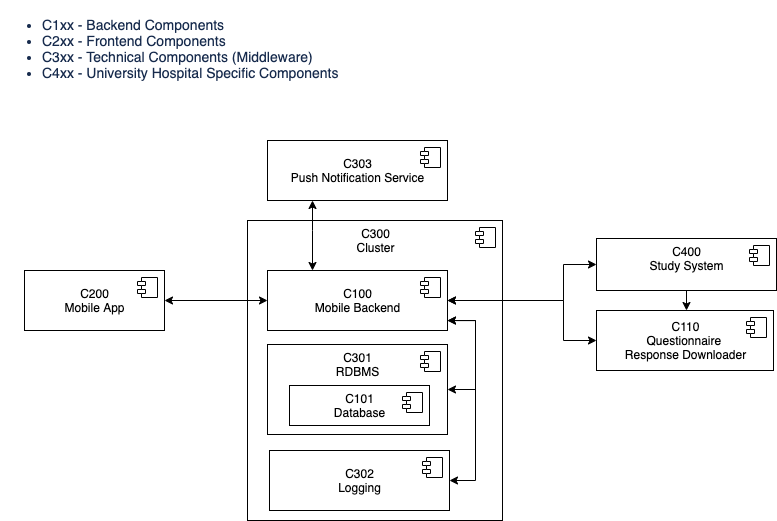
This is docs/architecture/images/componentDiagram.png from NUMde/compass-numapp, a draw.io export, as it was before one commit. Source tidied: cells renumbered, new cells last; positions are measured from the earlier drawing's top-left corner, leaving out a move shared by most shapes.
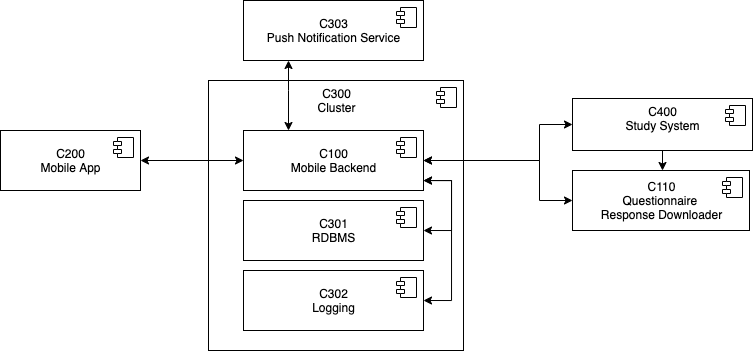
Above is the later version.

Commit message:
Updated component model and cleaned database component

The edit, as a diff of the source:
```diff
@@ -2,33 +2,22 @@
   <root>
     <mxCell id="0" />
     <mxCell id="1" parent="0" />
-    <mxCell id="2" value="&lt;ul style=&quot;margin: 10px 0px 0px ; list-style-type: disc ; color: rgb(23 , 43 , 77) ; font-size: 14px ; font-style: normal ; font-weight: 400 ; letter-spacing: normal ; text-indent: 0px ; text-transform: none ; word-spacing: 0px ; background-color: rgb(255 , 255 , 255)&quot;&gt;&lt;li&gt;C1xx - Backend Components&lt;/li&gt;&lt;li&gt;C2xx - Frontend Components&lt;/li&gt;&lt;li&gt;C3xx - Technical Components (Middleware)&lt;/li&gt;&lt;li&gt;C4xx - University Hospital Specific Components&lt;/li&gt;&lt;/ul&gt;" style="text;whiteSpace=wrap;html=1;" parent="1" vertex="1">
-      <mxGeometry width="400" height="80" as="geometry" />
-    </mxCell>
     <mxCell id="3" value="C300&lt;br&gt;Cluster" style="html=1;verticalAlign=top;" parent="1" vertex="1">
-      <mxGeometry x="247" y="220" width="255" height="300" as="geometry" />
+      <mxGeometry x="232" y="220" width="255" height="270" as="geometry" />
     </mxCell>
     <mxCell id="4" style="shape=module;jettyWidth=8;jettyHeight=4;" parent="3" vertex="1">
       <mxGeometry x="1" width="20" height="20" relative="1" as="geometry">
         <mxPoint x="-27" y="7" as="offset" />
       </mxGeometry>
     </mxCell>
-    <mxCell id="5" value="C301&lt;br&gt;RDBMS" style="html=1;verticalAlign=top;" parent="1" vertex="1">
-      <mxGeometry x="267" y="344" width="180" height="90" as="geometry" />
+    <mxCell id="5" value="C301&lt;br&gt;RDBMS" style="html=1;verticalAlign=middle;" parent="1" vertex="1">
+      <mxGeometry x="267" y="340" width="180" height="60" as="geometry" />
     </mxCell>
     <mxCell id="6" style="shape=module;jettyWidth=8;jettyHeight=4;" parent="5" vertex="1">
       <mxGeometry x="1" width="20" height="20" relative="1" as="geometry">
         <mxPoint x="-27" y="7" as="offset" />
       </mxGeometry>
     </mxCell>
-    <mxCell id="7" value="C101&lt;br&gt;Database" style="html=1;" parent="1" vertex="1">
-      <mxGeometry x="289" y="385" width="140" height="40" as="geometry" />
-    </mxCell>
-    <mxCell id="8" style="shape=module;jettyWidth=8;jettyHeight=4;" parent="7" vertex="1">
-      <mxGeometry x="1" width="20" height="20" relative="1" as="geometry">
-        <mxPoint x="-27" y="7" as="offset" />
-      </mxGeometry>
-    </mxCell>
     <mxCell id="9" value="C100&lt;br&gt;Mobile Backend" style="html=1;" parent="1" vertex="1">
       <mxGeometry x="267" y="270" width="180" height="60" as="geometry" />
     </mxCell>
@@ -38,7 +27,7 @@
       </mxGeometry>
     </mxCell>
     <mxCell id="11" value="C302&lt;br&gt;Logging" style="html=1;" parent="1" vertex="1">
-      <mxGeometry x="269" y="450" width="180" height="60" as="geometry" />
+      <mxGeometry x="267" y="410" width="180" height="60" as="geometry" />
     </mxCell>
     <mxCell id="12" style="shape=module;jettyWidth=8;jettyHeight=4;" parent="11" vertex="1">
       <mxGeometry x="1" width="20" height="20" relative="1" as="geometry">
@@ -92,7 +81,7 @@
       <mxGeometry relative="1" as="geometry">
         <Array as="points">
           <mxPoint x="475" y="320" />
-          <mxPoint x="475" y="480" />
+          <mxPoint x="475" y="440" />
         </Array>
       </mxGeometry>
     </mxCell>
@@ -100,9 +89,8 @@
       <mxGeometry relative="1" as="geometry">
         <mxPoint x="447" y="320" as="sourcePoint" />
         <Array as="points">
-          <mxPoint x="447" y="320" />
           <mxPoint x="475" y="320" />
-          <mxPoint x="475" y="389" />
+          <mxPoint x="475" y="370" />
         </Array>
       </mxGeometry>
     </mxCell>
```
